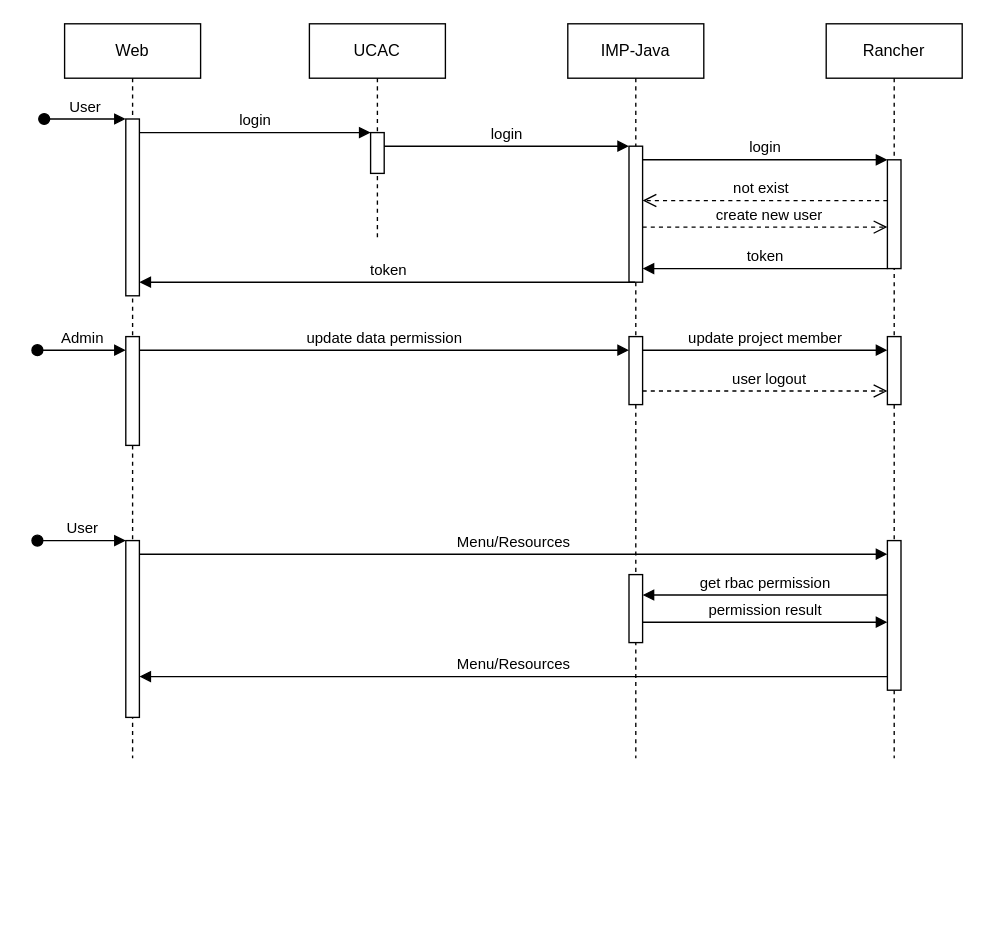
Before: IMP-RBAC.drawio in pinylin/Draw, a draw.io diagram. Source tidied: cells renumbered, new cells numbered last; positions are measured from the earlier drawing's top-left corner, leaving out a move shared by most shapes. Both pictures are drawn from the tidied source at 136%, with x=0, y=0 at pixel (37, 23).
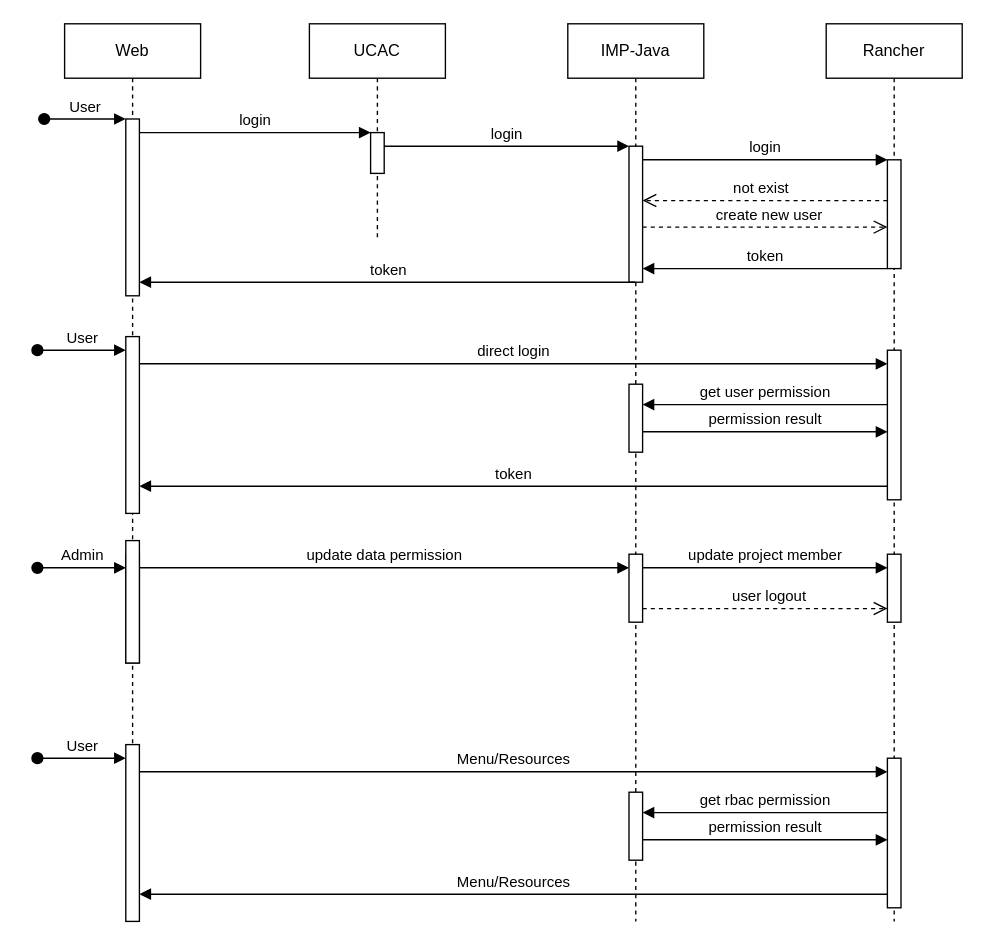
After the change.

Change to the diagram source:
```diff
@@
     <mxCell id="2" value="Web" style="shape=umlLifeline;perimeter=lifelinePerimeter;whiteSpace=wrap;html=1;newEdgeStyle={&quot;edgeStyle&quot;:&quot;elbowEdgeStyle&quot;,&quot;elbow&quot;:&quot;vertical&quot;,&quot;curved&quot;:0,&quot;rounded&quot;:0};" parent="1" vertex="1">
-      <mxGeometry x="20" width="100" height="540" as="geometry" />
+      <mxGeometry x="20" width="100" height="660" as="geometry" />
     </mxCell>
@@
     <mxCell id="5" value="Admin" style="html=1;verticalAlign=bottom;startArrow=oval;endArrow=block;startSize=8;edgeStyle=elbowEdgeStyle;elbow=vertical;curved=0;rounded=0;" parent="2" edge="1" target="6">
       <mxGeometry relative="1" as="geometry">
-        <mxPoint x="-20" y="240" as="sourcePoint" />
+        <mxPoint x="-20" y="400" as="sourcePoint" />
         <Array as="points">
-          <mxPoint y="240" />
+          <mxPoint y="400" />
         </Array>
       </mxGeometry>
     </mxCell>
     <mxCell id="6" style="html=1;points=[];perimeter=orthogonalPerimeter;outlineConnect=0;targetShapes=umlLifeline;portConstraint=eastwest;newEdgeStyle={&quot;edgeStyle&quot;:&quot;elbowEdgeStyle&quot;,&quot;elbow&quot;:&quot;vertical&quot;,&quot;curved&quot;:0,&quot;rounded&quot;:0};" parent="2" vertex="1">
-      <mxGeometry x="45" y="230" width="10" height="80" as="geometry" />
+      <mxGeometry x="45" y="390" width="10" height="80" as="geometry" />
     </mxCell>
     <mxCell id="7" style="html=1;points=[];perimeter=orthogonalPerimeter;outlineConnect=0;targetShapes=umlLifeline;portConstraint=eastwest;newEdgeStyle={&quot;edgeStyle&quot;:&quot;elbowEdgeStyle&quot;,&quot;elbow&quot;:&quot;vertical&quot;,&quot;curved&quot;:0,&quot;rounded&quot;:0};" parent="2" vertex="1">
-      <mxGeometry x="45" y="380" width="10" height="130" as="geometry" />
+      <mxGeometry x="45" y="380" width="10" height="90" as="geometry" />
     </mxCell>
+    <mxCell id="33" style="html=1;perimeter=orthogonalPerimeter;targetShapes=umlLifeline;newEdgeStyle={&quot;edgeStyle&quot;:&quot;elbowEdgeStyle&quot;,&quot;elbow&quot;:&quot;vertical&quot;,&quot;curved&quot;:0,&quot;rounded&quot;:0};" parent="2" vertex="1">
+      <mxGeometry x="45" y="530" width="10" height="130" as="geometry" />
+    </mxCell>
+    <mxCell id="34" style="html=1;perimeter=orthogonalPerimeter;targetShapes=umlLifeline;newEdgeStyle={&quot;edgeStyle&quot;:&quot;elbowEdgeStyle&quot;,&quot;elbow&quot;:&quot;vertical&quot;,&quot;curved&quot;:0,&quot;rounded&quot;:0};" parent="2" vertex="1">
+      <mxGeometry x="45" y="230" width="10" height="130" as="geometry" />
+    </mxCell>
@@
     <mxCell id="11" value="IMP-Java" style="shape=umlLifeline;perimeter=lifelinePerimeter;whiteSpace=wrap;html=1;outlineConnect=0;portConstraint=eastwest;newEdgeStyle={&quot;edgeStyle&quot;:&quot;elbowEdgeStyle&quot;,&quot;elbow&quot;:&quot;vertical&quot;,&quot;curved&quot;:0,&quot;rounded&quot;:0};" parent="1" vertex="1">
-      <mxGeometry x="390" width="100" height="540" as="geometry" />
+      <mxGeometry x="390" width="100" height="660" as="geometry" />
     </mxCell>
@@
     <mxCell id="13" style="html=1;points=[];perimeter=orthogonalPerimeter;outlineConnect=0;targetShapes=umlLifeline;portConstraint=eastwest;newEdgeStyle={&quot;edgeStyle&quot;:&quot;elbowEdgeStyle&quot;,&quot;elbow&quot;:&quot;vertical&quot;,&quot;curved&quot;:0,&quot;rounded&quot;:0};" parent="11" vertex="1">
-      <mxGeometry x="45" y="230" width="10" height="50" as="geometry" />
+      <mxGeometry x="45" y="390" width="10" height="50" as="geometry" />
     </mxCell>
     <mxCell id="14" style="html=1;points=[];perimeter=orthogonalPerimeter;outlineConnect=0;targetShapes=umlLifeline;portConstraint=eastwest;newEdgeStyle={&quot;edgeStyle&quot;:&quot;elbowEdgeStyle&quot;,&quot;elbow&quot;:&quot;vertical&quot;,&quot;curved&quot;:0,&quot;rounded&quot;:0};" parent="11" vertex="1">
-      <mxGeometry x="45" y="405" width="10" height="50" as="geometry" />
+      <mxGeometry x="45" y="565" width="10" height="50" as="geometry" />
     </mxCell>
+    <mxCell id="35" style="html=1;points=[];perimeter=orthogonalPerimeter;outlineConnect=0;targetShapes=umlLifeline;portConstraint=eastwest;newEdgeStyle={&quot;edgeStyle&quot;:&quot;elbowEdgeStyle&quot;,&quot;elbow&quot;:&quot;vertical&quot;,&quot;curved&quot;:0,&quot;rounded&quot;:0};" parent="11" vertex="1">
+      <mxGeometry x="45" y="265" width="10" height="50" as="geometry" />
+    </mxCell>
     <mxCell id="15" value="Rancher" style="shape=umlLifeline;perimeter=lifelinePerimeter;whiteSpace=wrap;html=1;newEdgeStyle={&quot;edgeStyle&quot;:&quot;elbowEdgeStyle&quot;,&quot;elbow&quot;:&quot;vertical&quot;,&quot;curved&quot;:0,&quot;rounded&quot;:0};" parent="1" vertex="1">
-      <mxGeometry x="580" width="100" height="540" as="geometry" />
+      <mxGeometry x="580" width="100" height="660" as="geometry" />
     </mxCell>
@@
     <mxCell id="17" style="html=1;points=[];perimeter=orthogonalPerimeter;outlineConnect=0;targetShapes=umlLifeline;portConstraint=eastwest;newEdgeStyle={&quot;edgeStyle&quot;:&quot;elbowEdgeStyle&quot;,&quot;elbow&quot;:&quot;vertical&quot;,&quot;curved&quot;:0,&quot;rounded&quot;:0};" parent="15" vertex="1">
-      <mxGeometry x="45" y="230" width="10" height="50" as="geometry" />
+      <mxGeometry x="45" y="390" width="10" height="50" as="geometry" />
     </mxCell>
     <mxCell id="18" style="html=1;points=[];perimeter=orthogonalPerimeter;outlineConnect=0;targetShapes=umlLifeline;portConstraint=eastwest;newEdgeStyle={&quot;edgeStyle&quot;:&quot;elbowEdgeStyle&quot;,&quot;elbow&quot;:&quot;vertical&quot;,&quot;curved&quot;:0,&quot;rounded&quot;:0};" parent="15" vertex="1">
-      <mxGeometry x="45" y="380" width="10" height="110" as="geometry" />
+      <mxGeometry x="45" y="540" width="10" height="110" as="geometry" />
     </mxCell>
+    <mxCell id="36" style="html=1;points=[];perimeter=orthogonalPerimeter;outlineConnect=0;targetShapes=umlLifeline;portConstraint=eastwest;newEdgeStyle={&quot;edgeStyle&quot;:&quot;elbowEdgeStyle&quot;,&quot;elbow&quot;:&quot;vertical&quot;,&quot;curved&quot;:0,&quot;rounded&quot;:0};" parent="15" vertex="1">
+      <mxGeometry x="45" y="240" width="10" height="110" as="geometry" />
+    </mxCell>
@@
     <mxCell id="25" value="update data permission" style="html=1;verticalAlign=bottom;endArrow=block;edgeStyle=elbowEdgeStyle;elbow=vertical;curved=0;rounded=0;" parent="1" edge="1" source="6" target="13">
       <mxGeometry relative="1" as="geometry">
         <Array as="points">
-          <mxPoint x="270" y="240" />
+          <mxPoint x="270" y="400" />
         </Array>
       </mxGeometry>
     </mxCell>
     <mxCell id="26" value="update project member" style="html=1;verticalAlign=bottom;endArrow=block;edgeStyle=elbowEdgeStyle;elbow=vertical;curved=0;rounded=0;" parent="1" edge="1" source="13" target="17">
       <mxGeometry relative="1" as="geometry">
         <Array as="points">
-          <mxPoint x="510" y="240" />
+          <mxPoint x="510" y="400" />
         </Array>
       </mxGeometry>
     </mxCell>
     <mxCell id="27" value="user logout" style="html=1;verticalAlign=bottom;endArrow=open;dashed=1;endSize=8;edgeStyle=elbowEdgeStyle;elbow=vertical;curved=0;rounded=0;" parent="1" edge="1" source="13" target="17">
       <mxGeometry x="0.03" relative="1" as="geometry">
         <Array as="points">
-          <mxPoint x="540" y="270" />
+          <mxPoint x="540" y="430" />
         </Array>
       </mxGeometry>
     </mxCell>
-    <mxCell id="28" value="User" style="html=1;verticalAlign=bottom;startArrow=oval;endArrow=block;startSize=8;edgeStyle=elbowEdgeStyle;elbow=vertical;curved=0;rounded=0;" parent="1" edge="1" target="7">
+    <mxCell id="28" value="User" style="html=1;verticalAlign=bottom;startArrow=oval;endArrow=block;startSize=8;edgeStyle=elbowEdgeStyle;elbow=vertical;curved=0;rounded=0;" parent="1" edge="1">
       <mxGeometry relative="1" as="geometry">
-        <mxPoint y="380" as="sourcePoint" />
+        <mxPoint y="540" as="sourcePoint" />
+        <mxPoint x="65" y="540" as="targetPoint" />
         <Array as="points">
-          <mxPoint x="40" y="380" />
+          <mxPoint x="40" y="540" />
         </Array>
       </mxGeometry>
     </mxCell>
-    <mxCell id="29" value="Menu/Resources&lt;span class=&quot;eusoft-eudic-chrome-extension-translate-content&quot;&gt;&lt;span class=&quot;eusoft-eudic-chrome-extension-translate-white-space ng-star-inserted&quot;&gt; &lt;/span&gt;&lt;/span&gt;" style="html=1;verticalAlign=bottom;endArrow=block;edgeStyle=elbowEdgeStyle;elbow=vertical;curved=0;rounded=0;" parent="1" edge="1" source="7" target="18">
+    <mxCell id="29" value="Menu/Resources&lt;span class=&quot;eusoft-eudic-chrome-extension-translate-content&quot;&gt;&lt;span class=&quot;eusoft-eudic-chrome-extension-translate-white-space ng-star-inserted&quot;&gt; &lt;/span&gt;&lt;/span&gt;" style="html=1;verticalAlign=bottom;endArrow=block;edgeStyle=elbowEdgeStyle;elbow=vertical;curved=0;rounded=0;" parent="1" edge="1" target="18">
       <mxGeometry relative="1" as="geometry">
+        <mxPoint x="75" y="550" as="sourcePoint" />
         <Array as="points">
-          <mxPoint x="620" y="390" />
+          <mxPoint x="620" y="550" />
         </Array>
       </mxGeometry>
     </mxCell>
     <mxCell id="30" value="get rbac permission" style="html=1;verticalAlign=bottom;endArrow=block;edgeStyle=elbowEdgeStyle;elbow=vertical;curved=0;rounded=0;" parent="1" edge="1" source="18" target="14">
       <mxGeometry relative="1" as="geometry">
         <Array as="points">
-          <mxPoint x="540" y="420" />
+          <mxPoint x="540" y="580" />
         </Array>
       </mxGeometry>
     </mxCell>
     <mxCell id="31" value="permission result" style="html=1;verticalAlign=bottom;endArrow=block;edgeStyle=elbowEdgeStyle;elbow=vertical;curved=0;rounded=0;" parent="1" edge="1" source="14" target="18">
       <mxGeometry relative="1" as="geometry">
         <Array as="points">
-          <mxPoint x="535" y="440" />
+          <mxPoint x="535" y="600" />
         </Array>
       </mxGeometry>
     </mxCell>
-    <mxCell id="32" value="Menu/Resources&lt;span class=&quot;eusoft-eudic-chrome-extension-translate-content&quot;&gt;&lt;span class=&quot;eusoft-eudic-chrome-extension-translate-white-space ng-star-inserted&quot;&gt; &lt;/span&gt;&lt;/span&gt;" style="html=1;verticalAlign=bottom;endArrow=block;edgeStyle=elbowEdgeStyle;elbow=vertical;curved=0;rounded=0;" parent="1" edge="1" source="18" target="7">
+    <mxCell id="32" value="Menu/Resources&lt;span class=&quot;eusoft-eudic-chrome-extension-translate-content&quot;&gt;&lt;span class=&quot;eusoft-eudic-chrome-extension-translate-white-space ng-star-inserted&quot;&gt; &lt;/span&gt;&lt;/span&gt;" style="html=1;verticalAlign=bottom;endArrow=block;edgeStyle=elbowEdgeStyle;elbow=vertical;curved=0;rounded=0;" parent="1" edge="1" source="18">
       <mxGeometry relative="1" as="geometry">
+        <mxPoint x="75" y="640" as="targetPoint" />
         <Array as="points">
-          <mxPoint x="260" y="480" />
+          <mxPoint x="260" y="640" />
         </Array>
       </mxGeometry>
     </mxCell>
+    <mxCell id="37" value="User" style="html=1;verticalAlign=bottom;startArrow=oval;endArrow=block;startSize=8;edgeStyle=elbowEdgeStyle;elbow=vertical;curved=0;rounded=0;" parent="1" edge="1">
+      <mxGeometry relative="1" as="geometry">
+        <mxPoint y="240" as="sourcePoint" />
+        <mxPoint x="65" y="240" as="targetPoint" />
+        <Array as="points">
+          <mxPoint x="40" y="240" />
+        </Array>
+      </mxGeometry>
+    </mxCell>
+    <mxCell id="38" value="direct login" style="html=1;verticalAlign=bottom;endArrow=block;edgeStyle=elbowEdgeStyle;elbow=vertical;curved=0;rounded=0;" parent="1" edge="1" target="36">
+      <mxGeometry relative="1" as="geometry">
+        <mxPoint x="75" y="250" as="sourcePoint" />
+        <Array as="points">
+          <mxPoint x="620" y="250" />
+        </Array>
+      </mxGeometry>
+    </mxCell>
+    <mxCell id="39" value="get user permission" style="html=1;verticalAlign=bottom;endArrow=block;edgeStyle=elbowEdgeStyle;elbow=horizontal;curved=0;rounded=0;" parent="1" edge="1" source="36" target="35">
+      <mxGeometry relative="1" as="geometry">
+        <Array as="points">
+          <mxPoint x="540" y="280" />
+        </Array>
+      </mxGeometry>
+    </mxCell>
+    <mxCell id="40" value="permission result" style="html=1;verticalAlign=bottom;endArrow=block;edgeStyle=elbowEdgeStyle;elbow=vertical;curved=0;rounded=0;" parent="1" edge="1" source="35" target="36">
+      <mxGeometry relative="1" as="geometry">
+        <Array as="points">
+          <mxPoint x="535" y="300" />
+        </Array>
+      </mxGeometry>
+    </mxCell>
+    <mxCell id="41" value="token" style="html=1;verticalAlign=bottom;endArrow=block;edgeStyle=elbowEdgeStyle;elbow=vertical;curved=0;rounded=0;" parent="1" edge="1" source="36">
+      <mxGeometry relative="1" as="geometry">
+        <mxPoint x="75" y="340" as="targetPoint" />
+        <Array as="points">
+          <mxPoint x="260" y="340" />
+        </Array>
+      </mxGeometry>
+    </mxCell>
```
